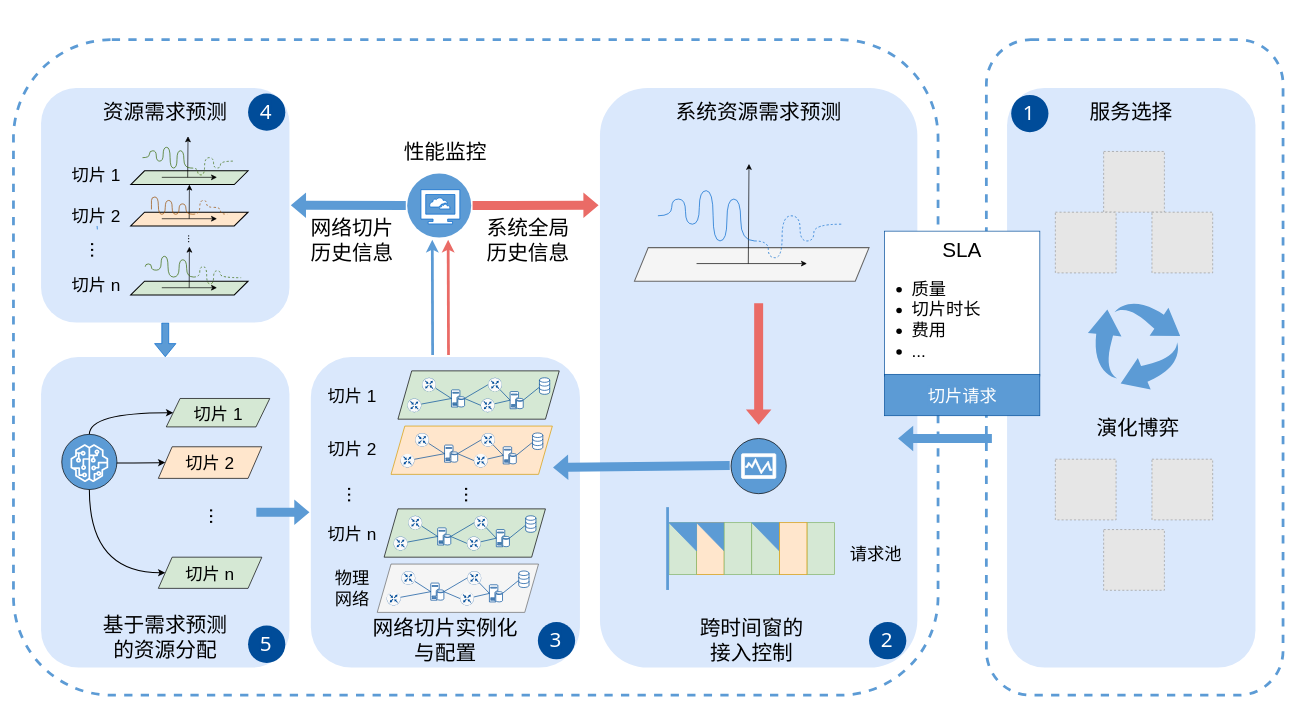
Above: 切片调度.drawio in SOANykun/SOA.github.io (draw.io), before the change. Source tidied: cells renumbered, new cells numbered last; positions are measured from the earlier drawing's top-left corner, leaving out a move shared by most shapes. Both pictures are drawn from the tidied source at 69%, with x=0, y=0 at pixel (13, 39). Pictures stored in the file or linked from it are replaced by grey dashed boxes.
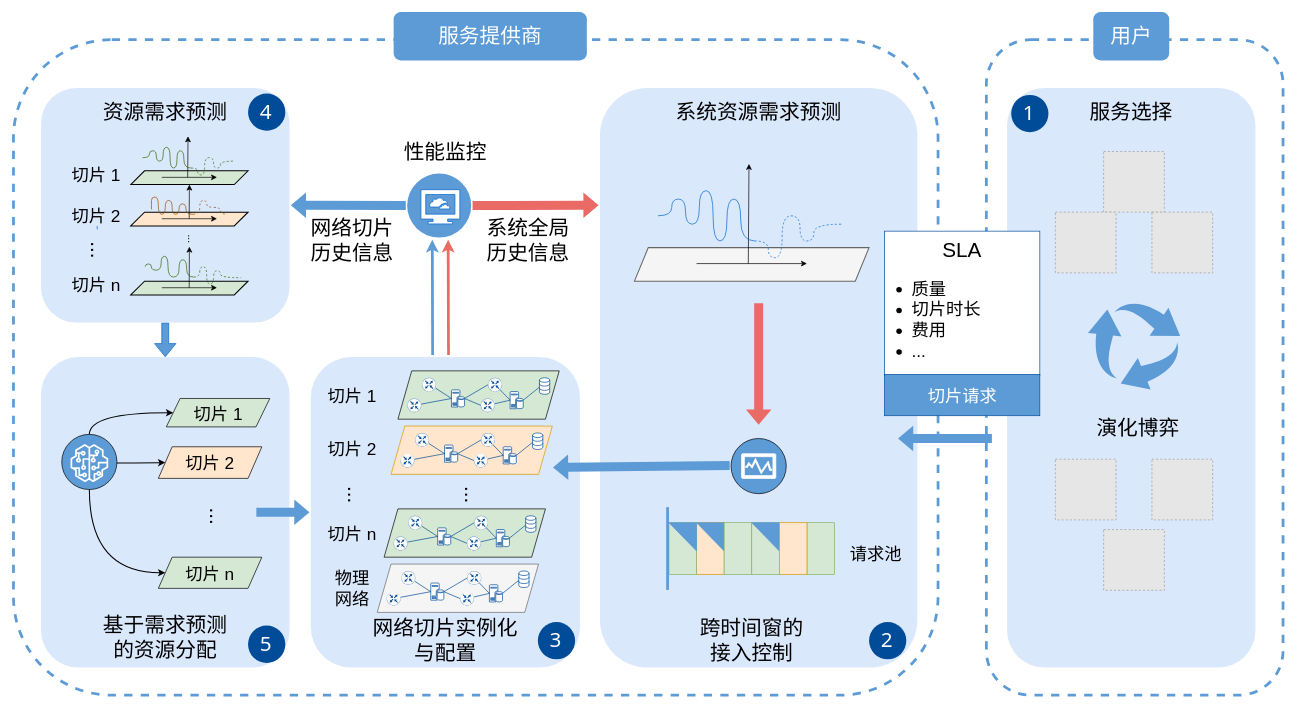
The same diagram, later.

Commit message:
更新切片调度.drawio

Diff of the diagram source:
```diff
@@
+    <mxCell id="179" style="rounded=1;whiteSpace=wrap;html=1;dashed=1;labelBackgroundColor=#004C99;strokeColor=none;strokeWidth=4;fontSize=30;fontColor=#FFFFFF;fillColor=#5C9BD5;" parent="1" vertex="1">
+      <mxGeometry x="551" y="-40" width="280" height="70" as="geometry" />
+    </mxCell>
+    <mxCell id="180" value="&lt;font color=&quot;#ffffff&quot;&gt;服务提供商&lt;/font&gt;" style="text;strokeColor=none;align=center;fillColor=none;html=1;verticalAlign=middle;whiteSpace=wrap;rounded=0;fontSize=30;" parent="1" vertex="1">
+      <mxGeometry x="566" y="-20" width="250" height="30" as="geometry" />
+    </mxCell>
+    <mxCell id="181" style="rounded=1;whiteSpace=wrap;html=1;dashed=1;labelBackgroundColor=#004C99;strokeColor=none;strokeWidth=4;fontSize=30;fontColor=#FFFFFF;fillColor=#5C9BD5;" parent="1" vertex="1">
+      <mxGeometry x="1565" y="-40" width="110" height="70" as="geometry" />
+    </mxCell>
+    <mxCell id="182" value="&lt;font color=&quot;#ffffff&quot;&gt;用户&lt;/font&gt;" style="text;strokeColor=none;align=center;fillColor=none;html=1;verticalAlign=middle;whiteSpace=wrap;rounded=0;fontSize=30;" parent="1" vertex="1">
+      <mxGeometry x="1495" y="-20" width="250" height="30" as="geometry" />
+    </mxCell>
```
